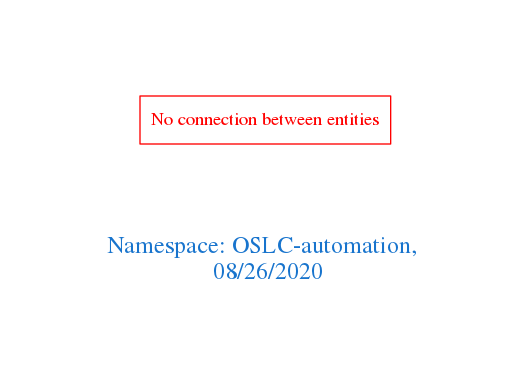
arago/OGIT keeps this Graphviz diagram as downloads/OSLC-automation.png. Above is the earlier version. Its source is kept beside it as downloads/OSLC-automation.dot.
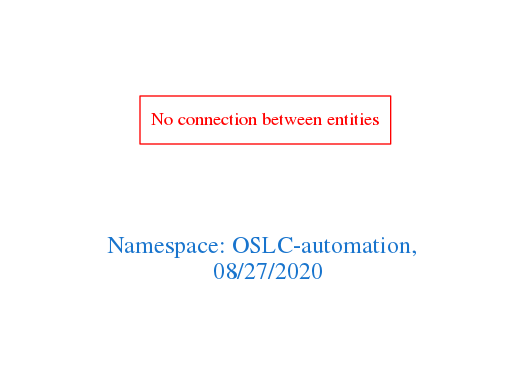
After the commit.

Change to the diagram source:
```diff
@@ -1,7 +1,7 @@
 digraph OGIT_ontology {
  graph [ rankdir= LR,pad=1
 fontsize = 18,
-fontcolor= dodgerblue3,label = "\n\n\nNamespace: OSLC-automation, \n 08/26/2020"];
+fontcolor= dodgerblue3,label = "\n\n\nNamespace: OSLC-automation, \n 08/27/2020"];
 node[shape=polygon];
 edge [  color="gray81"];
 
```
